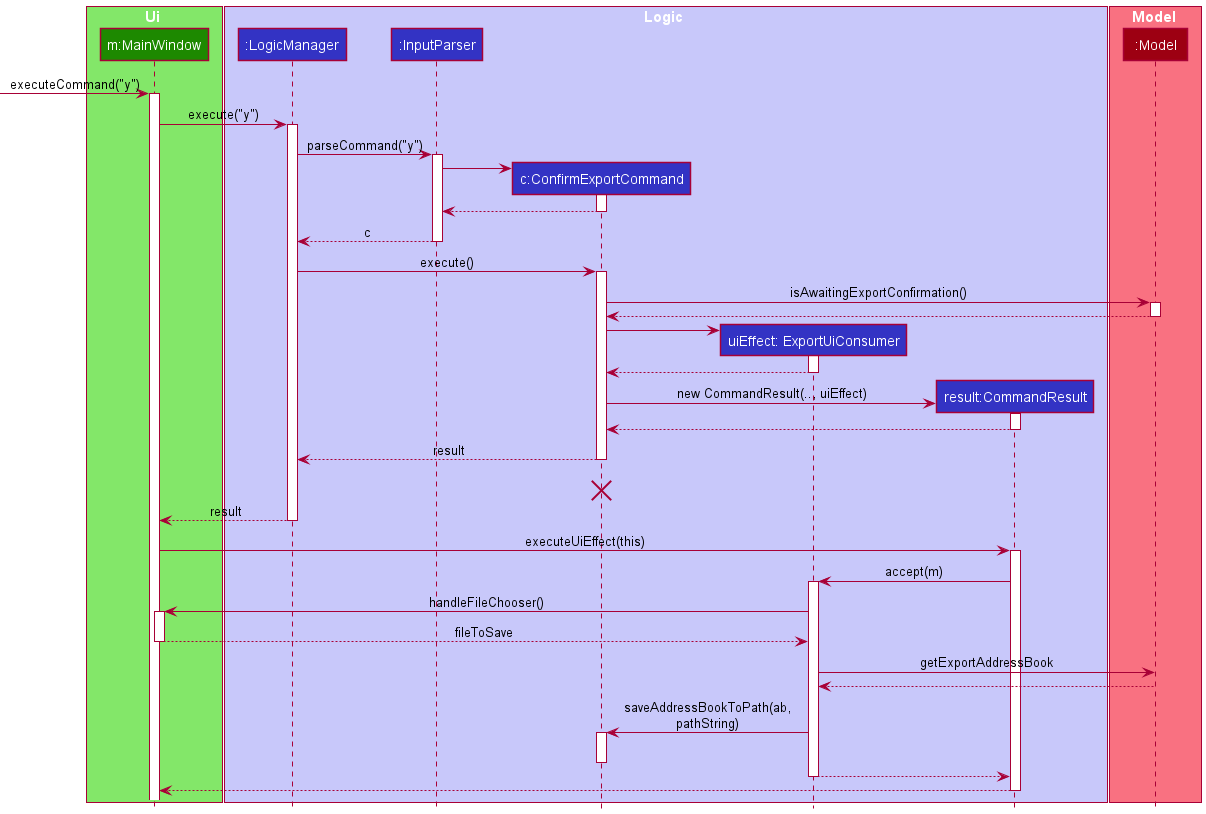
The PlantUML diagram docs/images/ConfirmExportSequenceDiagram.png in vigneshsankariyer1234567890/tp, before a commit. Source of this version:
```plantuml
@startuml
!include style.puml

box Ui UI_COLOR_T1
participant "m:MainWindow" as MainWindow UI_COLOR
end box

box Logic LOGIC_COLOR_T1
participant ":LogicManager" as LogicManager LOGIC_COLOR
participant ":InputParser" as InputParser LOGIC_COLOR
participant "c:ConfirmExportCommand" as ConfirmExportCommand LOGIC_COLOR
participant "uiEffect: ExportUiConsumer" as UiConsumer LOGIC_COLOR
participant "result:CommandResult" as CommandResult LOGIC_COLOR
end box

box Model MODEL_COLOR_T1
participant ":Model" as Model MODEL_COLOR
end box

[-> MainWindow : executeCommand("y")
activate MainWindow

MainWindow -> LogicManager : execute("y")
activate LogicManager

LogicManager -> InputParser : parseCommand("y")
activate InputParser

create ConfirmExportCommand
InputParser -> ConfirmExportCommand
activate ConfirmExportCommand

ConfirmExportCommand --> InputParser
deactivate ConfirmExportCommand

InputParser --> LogicManager : c
deactivate InputParser

LogicManager -> ConfirmExportCommand : execute()
activate ConfirmExportCommand

ConfirmExportCommand -> Model : isAwaitingExportConfirmation()
activate Model
Model --> ConfirmExportCommand
deactivate Model

create UiConsumer
ConfirmExportCommand -> UiConsumer
activate UiConsumer
UiConsumer --> ConfirmExportCommand
deactivate UiConsumer

create CommandResult
ConfirmExportCommand -> CommandResult : new CommandResult(.., uiEffect)
activate CommandResult

CommandResult --> ConfirmExportCommand
deactivate CommandResult
ConfirmExportCommand --> LogicManager : result
deactivate ConfirmExportCommand
ConfirmExportCommand -[hidden]-> LogicManager : result
destroy ConfirmExportCommand

MainWindow<--LogicManager : result
deactivate LogicManager

MainWindow -> CommandResult : executeUiEffect(this)
activate CommandResult

CommandResult -> UiConsumer : accept(m)
activate UiConsumer

UiConsumer -> MainWindow : handleFileChooser()
activate MainWindow

MainWindow --> UiConsumer :fileToSave
deactivate MainWindow

UiConsumer -> Model : getExportAddressBook
Model --> UiConsumer

UiConsumer -> ConfirmExportCommand : saveAddressBookToPath(ab,\npathString)
activate ConfirmExportCommand
deactivate ConfirmExportCommand

UiConsumer --> CommandResult
deactivate UiConsumer

CommandResult --> MainWindow
deactivate CommandResult


@enduml
```
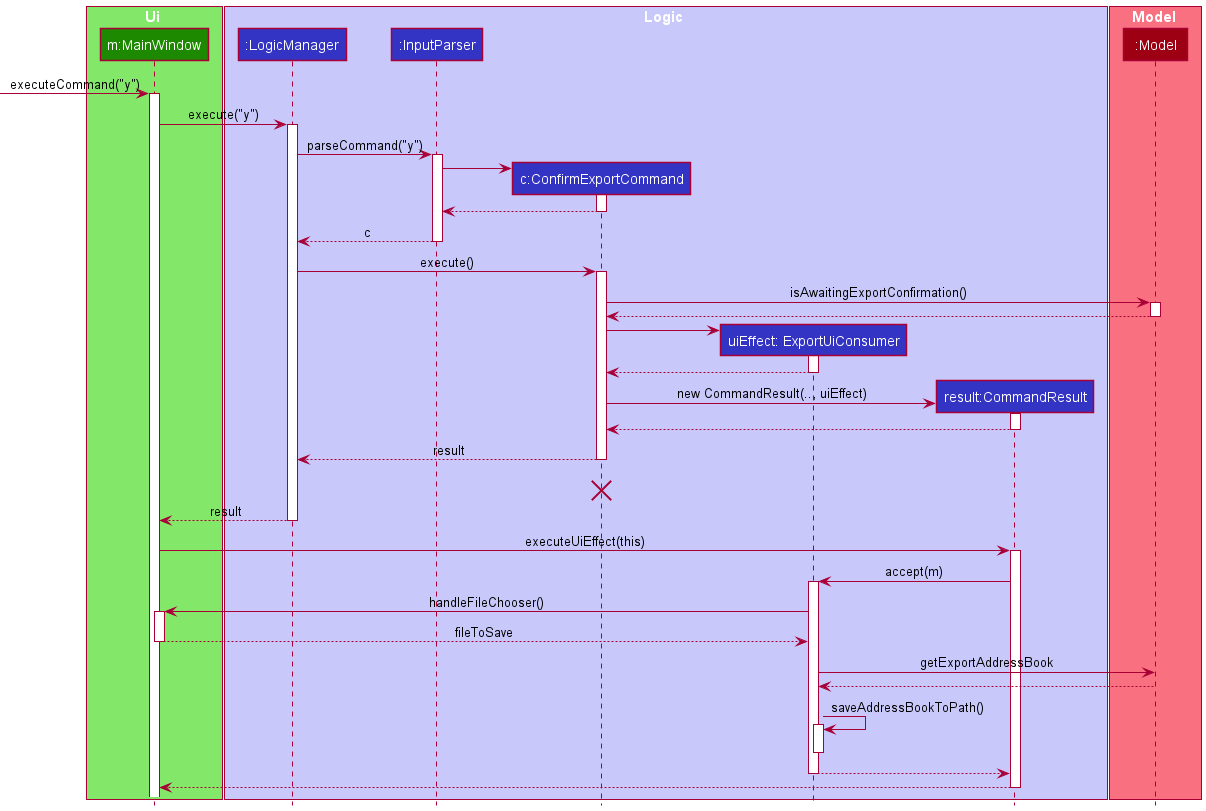
Later version of the same file.

Commit message:
Add export implementation details

Change to the diagram source:
```diff
@@ -79,9 +79,9 @@
 UiConsumer -> Model : getExportAddressBook
 Model --> UiConsumer
 
-UiConsumer -> ConfirmExportCommand : saveAddressBookToPath(ab,\npathString)
-activate ConfirmExportCommand
-deactivate ConfirmExportCommand
+UiConsumer -> UiConsumer : saveAddressBookToPath()
+activate UiConsumer
+deactivate UiConsumer
 
 UiConsumer --> CommandResult
 deactivate UiConsumer
```
